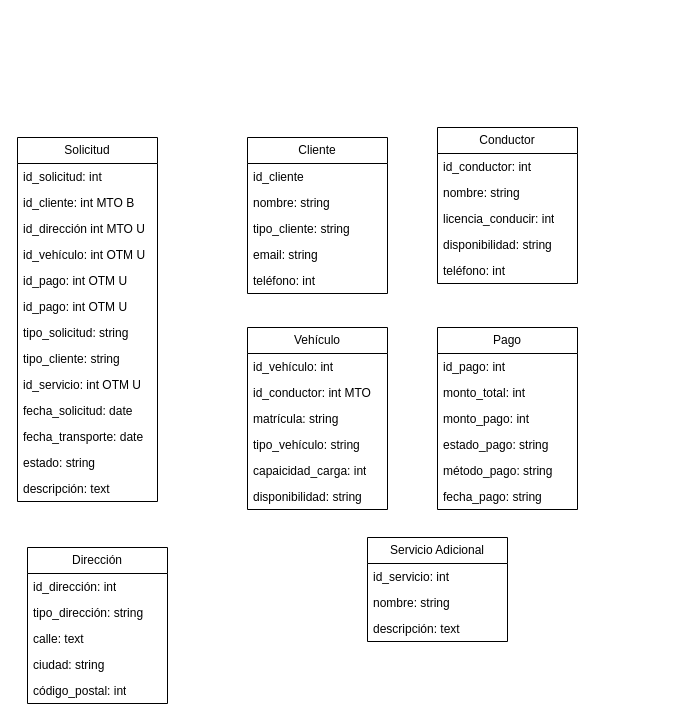
Earlier version of the draw.io diagram Fletered.drawio (Vedgge/WormSync). Source tidied: cells renumbered, new cells numbered last; positions are measured from the earlier drawing's top-left corner, leaving out a move shared by most shapes. Both pictures are drawn from the tidied source at 100%, with x=0, y=0 at pixel (17, 127).
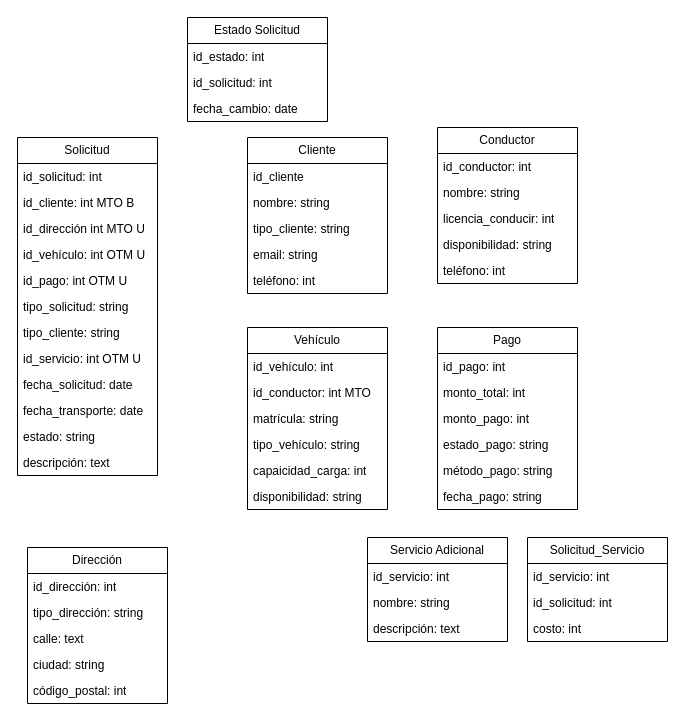
The same diagram, later.

The edit, as a diff of the source:
```diff
@@
     <mxCell id="2" value="Solicitud" style="swimlane;fontStyle=0;horizontal=1;startSize=26;fillColor=none;whiteSpace=wrap;html=1;" parent="1" vertex="1">
-      <mxGeometry y="10" width="140" height="364" as="geometry" />
+      <mxGeometry y="10" width="140" height="338" as="geometry" />
     </mxCell>
@@
-    <mxCell id="8" value="id_pago: int OTM U" style="text;strokeColor=none;fillColor=none;align=left;verticalAlign=top;spacingLeft=4;spacingRight=4;overflow=hidden;whiteSpace=wrap;html=1;" parent="2" vertex="1">
-      <mxGeometry y="156" width="140" height="26" as="geometry" />
-    </mxCell>
     <mxCell id="9" value="tipo_solicitud: string" style="text;strokeColor=none;fillColor=none;align=left;verticalAlign=top;spacingLeft=4;spacingRight=4;overflow=hidden;whiteSpace=wrap;html=1;" parent="2" vertex="1">
-      <mxGeometry y="182" width="140" height="26" as="geometry" />
+      <mxGeometry y="156" width="140" height="26" as="geometry" />
     </mxCell>
     <mxCell id="10" value="tipo_cliente: string&amp;nbsp;" style="text;strokeColor=none;fillColor=none;align=left;verticalAlign=top;spacingLeft=4;spacingRight=4;overflow=hidden;whiteSpace=wrap;html=1;" parent="2" vertex="1">
-      <mxGeometry y="208" width="140" height="26" as="geometry" />
+      <mxGeometry y="182" width="140" height="26" as="geometry" />
     </mxCell>
     <mxCell id="11" value="id_servicio: int OTM U" style="text;strokeColor=none;fillColor=none;align=left;verticalAlign=top;spacingLeft=4;spacingRight=4;overflow=hidden;whiteSpace=wrap;html=1;" parent="2" vertex="1">
-      <mxGeometry y="234" width="140" height="26" as="geometry" />
+      <mxGeometry y="208" width="140" height="26" as="geometry" />
     </mxCell>
     <mxCell id="12" value="fecha_solicitud: date" style="text;strokeColor=none;fillColor=none;align=left;verticalAlign=top;spacingLeft=4;spacingRight=4;overflow=hidden;whiteSpace=wrap;html=1;" parent="2" vertex="1">
-      <mxGeometry y="260" width="140" height="26" as="geometry" />
+      <mxGeometry y="234" width="140" height="26" as="geometry" />
     </mxCell>
     <mxCell id="13" value="fecha_transporte: date" style="text;strokeColor=none;fillColor=none;align=left;verticalAlign=top;spacingLeft=4;spacingRight=4;overflow=hidden;whiteSpace=wrap;html=1;" parent="2" vertex="1">
-      <mxGeometry y="286" width="140" height="26" as="geometry" />
+      <mxGeometry y="260" width="140" height="26" as="geometry" />
     </mxCell>
     <mxCell id="14" value="estado: string" style="text;strokeColor=none;fillColor=none;align=left;verticalAlign=top;spacingLeft=4;spacingRight=4;overflow=hidden;whiteSpace=wrap;html=1;" parent="2" vertex="1">
-      <mxGeometry y="312" width="140" height="26" as="geometry" />
+      <mxGeometry y="286" width="140" height="26" as="geometry" />
     </mxCell>
     <mxCell id="15" value="descripción: text" style="text;strokeColor=none;fillColor=none;align=left;verticalAlign=top;spacingLeft=4;spacingRight=4;overflow=hidden;whiteSpace=wrap;html=1;" parent="2" vertex="1">
-      <mxGeometry y="338" width="140" height="26" as="geometry" />
+      <mxGeometry y="312" width="140" height="26" as="geometry" />
     </mxCell>
@@
+    <mxCell id="52" value="Solicitud_Servicio" style="swimlane;fontStyle=0;horizontal=1;startSize=26;fillColor=none;whiteSpace=wrap;html=1;" parent="1" vertex="1">
+      <mxGeometry x="510" y="410" width="140" height="104" as="geometry" />
+    </mxCell>
+    <mxCell id="53" value="id_servicio: int" style="text;strokeColor=none;fillColor=none;align=left;verticalAlign=top;spacingLeft=4;spacingRight=4;overflow=hidden;whiteSpace=wrap;html=1;" parent="52" vertex="1">
+      <mxGeometry y="26" width="140" height="26" as="geometry" />
+    </mxCell>
+    <mxCell id="54" value="id_solicitud: int" style="text;strokeColor=none;fillColor=none;align=left;verticalAlign=top;spacingLeft=4;spacingRight=4;overflow=hidden;whiteSpace=wrap;html=1;" parent="52" vertex="1">
+      <mxGeometry y="52" width="140" height="26" as="geometry" />
+    </mxCell>
+    <mxCell id="55" value="costo: int" style="text;strokeColor=none;fillColor=none;align=left;verticalAlign=top;spacingLeft=4;spacingRight=4;overflow=hidden;whiteSpace=wrap;html=1;" parent="52" vertex="1">
+      <mxGeometry y="78" width="140" height="26" as="geometry" />
+    </mxCell>
+    <mxCell id="56" value="Estado Solicitud" style="swimlane;fontStyle=0;horizontal=1;startSize=26;fillColor=none;whiteSpace=wrap;html=1;" parent="1" vertex="1">
+      <mxGeometry x="170" y="-110" width="140" height="104" as="geometry" />
+    </mxCell>
+    <mxCell id="57" value="id_estado: int" style="text;strokeColor=none;fillColor=none;align=left;verticalAlign=top;spacingLeft=4;spacingRight=4;overflow=hidden;whiteSpace=wrap;html=1;" parent="56" vertex="1">
+      <mxGeometry y="26" width="140" height="26" as="geometry" />
+    </mxCell>
+    <mxCell id="58" value="id_solicitud: int" style="text;strokeColor=none;fillColor=none;align=left;verticalAlign=top;spacingLeft=4;spacingRight=4;overflow=hidden;whiteSpace=wrap;html=1;" parent="56" vertex="1">
+      <mxGeometry y="52" width="140" height="26" as="geometry" />
+    </mxCell>
+    <mxCell id="59" value="fecha_cambio: date" style="text;strokeColor=none;fillColor=none;align=left;verticalAlign=top;spacingLeft=4;spacingRight=4;overflow=hidden;whiteSpace=wrap;html=1;" parent="56" vertex="1">
+      <mxGeometry y="78" width="140" height="26" as="geometry" />
+    </mxCell>
```
